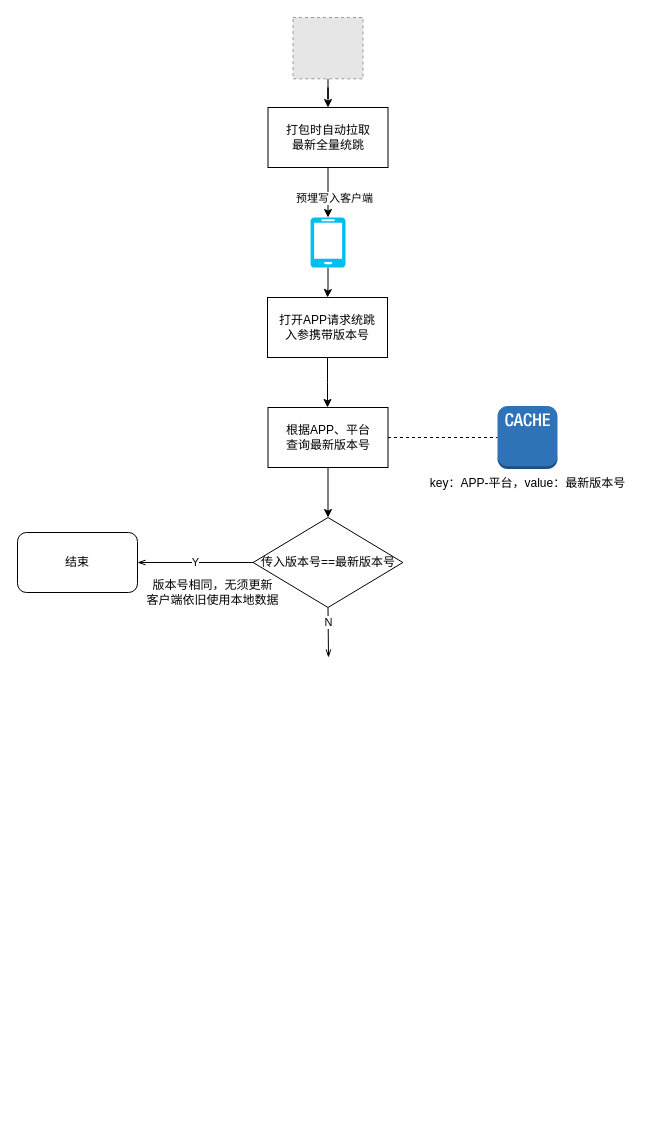
This is 统跳2.0.drawio from pekah/Draw, a draw.io file, before an edit. Source tidied: cells renumbered, new cells numbered last; positions are measured from the earlier drawing's top-left corner, leaving out a move shared by most shapes. Both pictures are drawn from the tidied source at 100%, with x=0, y=0 at pixel (17, 17). Pictures stored in the file or linked from it are replaced by grey dashed boxes.
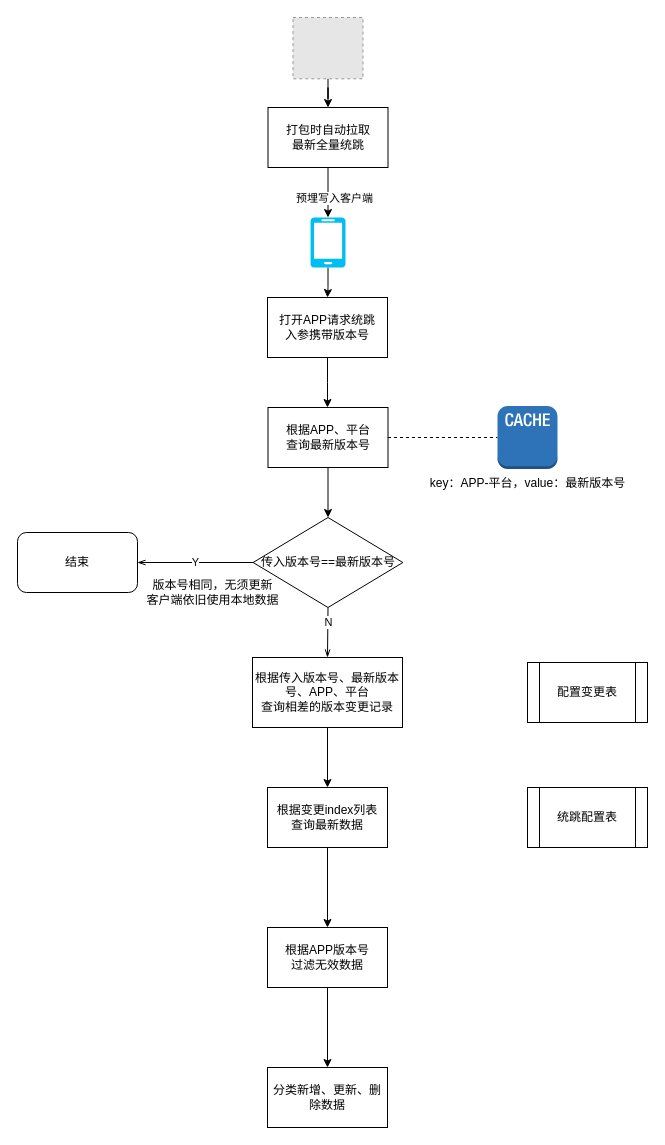
The same diagram, later.

The change refers to these unchanged cells:
```xml
<mxCell id="18" value="传入版本号==最新版本号" style="rhombus;whiteSpace=wrap;html=1;rounded=0;" parent="1" vertex="1">
  <mxGeometry x="235.6" y="500" width="149.8" height="90" as="geometry" />
</mxCell>
```

What changed in the source:
```diff
@@
-    <mxCell id="16" style="edgeStyle=none;rounded=0;jettySize=auto;html=1;exitX=0.5;exitY=1;exitDx=0;exitDy=0;endArrow=openThin;endFill=0;" parent="1" edge="1" source="18">
-      <mxGeometry relative="1" as="geometry">
-        <mxPoint x="311" y="640" as="targetPoint" />
-      </mxGeometry>
+    <mxCell id="16" style="edgeStyle=none;rounded=0;jettySize=auto;html=1;exitX=0.5;exitY=1;exitDx=0;exitDy=0;endArrow=openThin;endFill=0;entryX=0.5;entryY=0;entryDx=0;entryDy=0;" parent="1" edge="1" source="18" target="22">
+      <mxGeometry relative="1" as="geometry" />
     </mxCell>
@@
+    <mxCell id="21" style="edgeStyle=orthogonalEdgeStyle;rounded=0;jettySize=auto;html=1;" parent="1" edge="1" source="22" target="25">
+      <mxGeometry relative="1" as="geometry" />
+    </mxCell>
+    <mxCell id="22" value="根据传入版本号、最新版本号、APP、平台&lt;br&gt;查询相差的版本变更记录" style="rounded=0;whiteSpace=wrap;html=1;" parent="1" vertex="1">
+      <mxGeometry x="235" y="640" width="150" height="70" as="geometry" />
+    </mxCell>
+    <mxCell id="23" value="配置变更表" style="shape=process;whiteSpace=wrap;html=1;backgroundOutline=1;" parent="1" vertex="1">
+      <mxGeometry x="510" y="645" width="120" height="60" as="geometry" />
+    </mxCell>
+    <mxCell id="24" style="edgeStyle=orthogonalEdgeStyle;rounded=0;jettySize=auto;html=1;" parent="1" edge="1" source="25" target="28">
+      <mxGeometry relative="1" as="geometry" />
+    </mxCell>
+    <mxCell id="25" value="根据变更index列表&lt;br&gt;查询最新数据" style="whiteSpace=wrap;html=1;rounded=0;" parent="1" vertex="1">
+      <mxGeometry x="250" y="770" width="120" height="60" as="geometry" />
+    </mxCell>
+    <mxCell id="26" value="统跳配置表" style="shape=process;whiteSpace=wrap;html=1;backgroundOutline=1;" parent="1" vertex="1">
+      <mxGeometry x="510" y="770" width="120" height="60" as="geometry" />
+    </mxCell>
+    <mxCell id="27" style="edgeStyle=orthogonalEdgeStyle;rounded=0;jettySize=auto;html=1;" parent="1" edge="1" source="28" target="29">
+      <mxGeometry relative="1" as="geometry" />
+    </mxCell>
+    <mxCell id="28" value="根据APP版本号&lt;br&gt;过滤无效数据" style="whiteSpace=wrap;html=1;rounded=0;" parent="1" vertex="1">
+      <mxGeometry x="250" y="910" width="120" height="60" as="geometry" />
+    </mxCell>
+    <mxCell id="29" value="分类新增、更新、删除数据" style="whiteSpace=wrap;html=1;rounded=0;" parent="1" vertex="1">
+      <mxGeometry x="250" y="1050" width="120" height="60" as="geometry" />
+    </mxCell>
```
